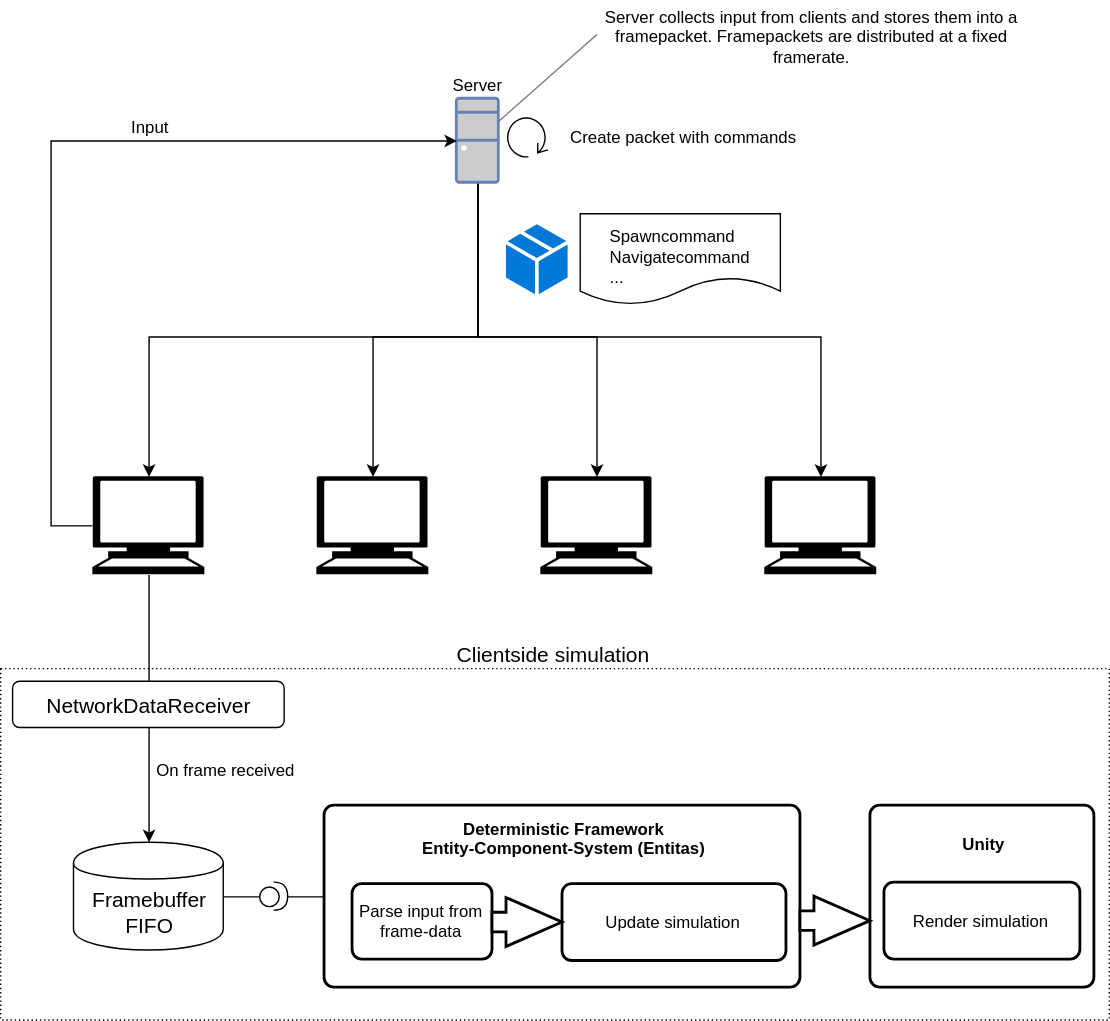
This is Docs/Overview.svg from proepkes/UnityLockstep, a draw.io export, as it was before one commit. Source tidied: cells renumbered, new cells last; positions are measured from the earlier drawing's top-left corner, leaving out a move shared by most shapes.
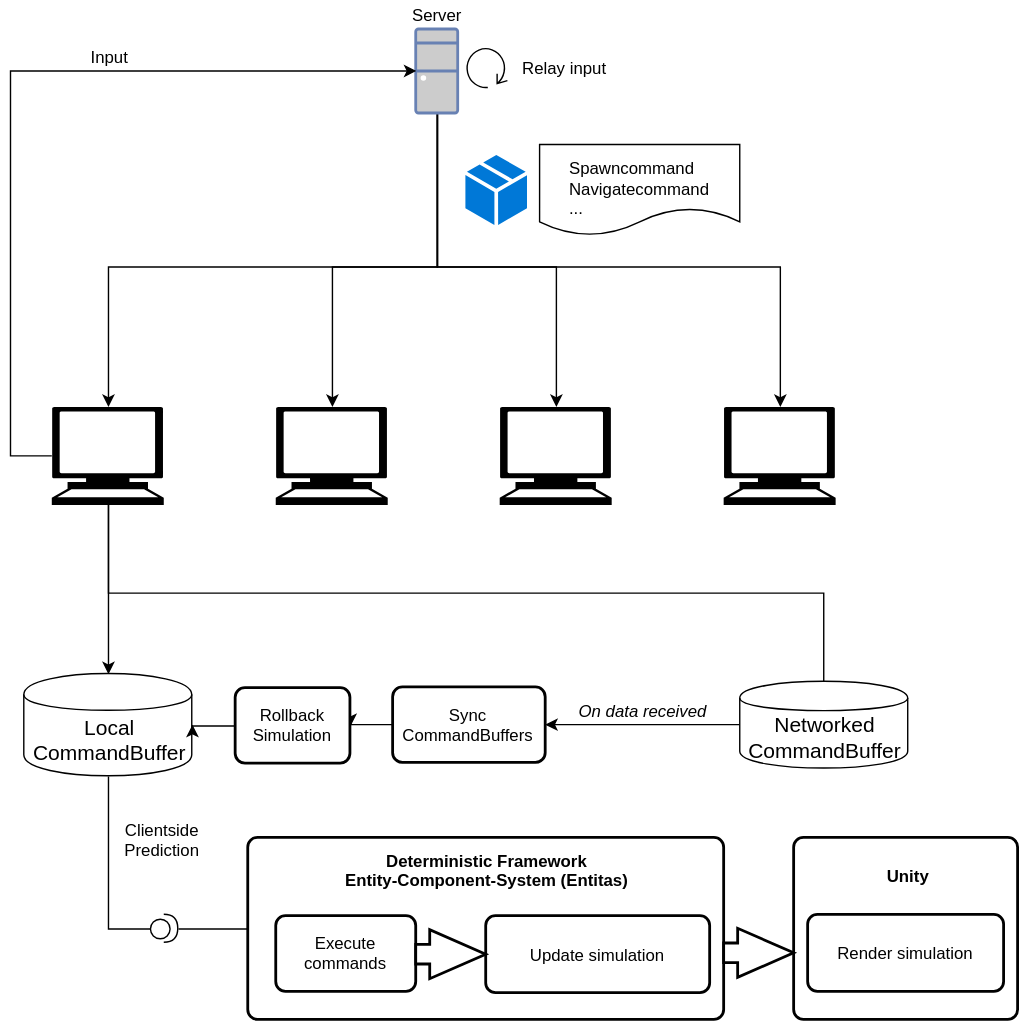
After the commit.

The edit, as a diff of the source:
```diff
@@ -2,9 +2,6 @@
   <root>
     <mxCell id="0" />
     <mxCell id="1" parent="0" />
-    <mxCell id="2" style="rounded=0;whiteSpace=wrap;html=1;dashed=1;dashPattern=1 2;strokeColor=#000000;fillColor=none;fontSize=15;" parent="1" vertex="1">
-      <mxGeometry y="476" width="792" height="251" as="geometry" />
-    </mxCell>
     <mxCell id="3" style="edgeStyle=orthogonalEdgeStyle;rounded=0;html=1;entryX=0.5;entryY=0;entryDx=0;entryDy=0;entryPerimeter=0;jettySize=auto;" parent="1" edge="1" source="7" target="10">
       <mxGeometry relative="1" as="geometry">
         <Array as="points">
@@ -48,9 +45,9 @@
         </Array>
       </mxGeometry>
     </mxCell>
-    <mxCell id="9" style="edgeStyle=orthogonalEdgeStyle;rounded=0;html=1;exitX=0.5;exitY=1;exitDx=0;exitDy=0;exitPerimeter=0;entryX=0.5;entryY=0;entryDx=0;entryDy=0;endArrow=none;endFill=0;jettySize=auto;fontSize=15;" parent="1" edge="1" source="10" target="36">
-      <mxGeometry relative="1" as="geometry" />
-    </mxCell>
+    <mxCell id="39" style="edgeStyle=orthogonalEdgeStyle;rounded=0;html=1;exitX=0.5;exitY=1;exitDx=0;exitDy=0;exitPerimeter=0;entryX=0.5;entryY=0;entryDx=0;entryDy=0;jettySize=auto;" parent="1" edge="1" source="10" target="44">
+      <mxGeometry relative="1" as="geometry" />
+    </mxCell>
     <mxCell id="10" style="shape=mxgraph.signs.tech.computer;html=1;fillColor=#000000;strokeColor=none;verticalLabelPosition=bottom;verticalAlign=top;align=center;" parent="1" vertex="1">
       <mxGeometry x="65.5" y="338.5" width="80" height="70" as="geometry" />
     </mxCell>
@@ -63,8 +60,8 @@
     <mxCell id="13" style="shape=mxgraph.signs.tech.computer;html=1;fillColor=#000000;strokeColor=none;verticalLabelPosition=bottom;verticalAlign=top;align=center;" parent="1" vertex="1">
       <mxGeometry x="545.5" y="338.5" width="80" height="70" as="geometry" />
     </mxCell>
-    <mxCell id="14" value="Create packet with commands" style="text;html=1;strokeColor=none;fillColor=none;align=center;verticalAlign=middle;whiteSpace=wrap;rounded=0;" parent="1" vertex="1">
-      <mxGeometry x="391" y="86" width="194" height="20" as="geometry" />
+    <mxCell id="14" value="Relay input" style="text;html=1;strokeColor=none;fillColor=none;align=center;verticalAlign=middle;whiteSpace=wrap;rounded=0;" parent="1" vertex="1">
+      <mxGeometry x="391" y="86" width="80" height="20" as="geometry" />
     </mxCell>
     <mxCell id="15" style="shape=mxgraph.bpmn.loop;html=1;flipH=1;" parent="1" vertex="1">
       <mxGeometry x="361" y="81" width="30" height="30" as="geometry" />
@@ -72,35 +69,32 @@
     <mxCell id="16" value="Server" style="text;html=1;strokeColor=none;fillColor=none;align=center;verticalAlign=middle;whiteSpace=wrap;rounded=0;" parent="1" vertex="1">
       <mxGeometry x="317.5" y="48.5" width="46" height="20" as="geometry" />
     </mxCell>
-    <mxCell id="17" value="On frame received" style="text;html=1;strokeColor=none;fillColor=none;align=center;verticalAlign=middle;whiteSpace=wrap;rounded=0;" parent="1" vertex="1">
-      <mxGeometry x="105.5" y="537.5" width="108" height="20" as="geometry" />
-    </mxCell>
     <mxCell id="18" style="rounded=1;whiteSpace=wrap;html=1;absoluteArcSize=1;arcSize=14;strokeWidth=2;" parent="1" vertex="1">
-      <mxGeometry x="231" y="573.5" width="340" height="130" as="geometry" />
+      <mxGeometry x="205.5" y="646" width="340" height="130" as="geometry" />
     </mxCell>
-    <mxCell id="19" value="Parse input from frame-data" style="rounded=1;whiteSpace=wrap;html=1;absoluteArcSize=1;arcSize=14;strokeWidth=2;" parent="1" vertex="1">
-      <mxGeometry x="251" y="629.5" width="100" height="54" as="geometry" />
+    <mxCell id="19" value="Execute commands" style="rounded=1;whiteSpace=wrap;html=1;absoluteArcSize=1;arcSize=14;strokeWidth=2;" parent="1" vertex="1">
+      <mxGeometry x="225.5" y="702" width="100" height="54" as="geometry" />
     </mxCell>
     <mxCell id="20" value="Update simulation" style="rounded=1;whiteSpace=wrap;html=1;absoluteArcSize=1;arcSize=14;strokeWidth=2;" parent="1" vertex="1">
-      <mxGeometry x="401" y="629.5" width="160" height="55" as="geometry" />
+      <mxGeometry x="375.5" y="702" width="160" height="55" as="geometry" />
     </mxCell>
     <mxCell id="21" style="verticalLabelPosition=bottom;verticalAlign=top;html=1;strokeWidth=2;shape=mxgraph.arrows2.arrow;dy=0.6;dx=40;notch=0;" parent="1" vertex="1">
-      <mxGeometry x="351" y="639.5" width="50" height="35" as="geometry" />
+      <mxGeometry x="325.5" y="712" width="50" height="35" as="geometry" />
     </mxCell>
     <mxCell id="22" value="&lt;b&gt;Deterministic Framework&lt;br&gt;Entity-Component-System (Entitas)&lt;/b&gt;" style="text;html=1;strokeColor=none;fillColor=none;align=center;verticalAlign=middle;whiteSpace=wrap;rounded=0;" parent="1" vertex="1">
-      <mxGeometry x="231.5" y="582" width="341" height="29" as="geometry" />
+      <mxGeometry x="206" y="654.5" width="341" height="29" as="geometry" />
     </mxCell>
     <mxCell id="23" style="rounded=1;whiteSpace=wrap;html=1;absoluteArcSize=1;arcSize=14;strokeWidth=2;" parent="1" vertex="1">
-      <mxGeometry x="621" y="573.5" width="160" height="130" as="geometry" />
+      <mxGeometry x="595.5" y="646" width="160" height="130" as="geometry" />
     </mxCell>
     <mxCell id="24" value="&lt;b&gt;Unity&lt;/b&gt;&lt;br&gt;" style="text;html=1;strokeColor=none;fillColor=none;align=center;verticalAlign=middle;whiteSpace=wrap;rounded=0;" parent="1" vertex="1">
-      <mxGeometry x="623" y="591" width="158" height="20" as="geometry" />
+      <mxGeometry x="597.5" y="663.5" width="158" height="20" as="geometry" />
     </mxCell>
     <mxCell id="25" style="verticalLabelPosition=bottom;verticalAlign=top;html=1;strokeWidth=2;shape=mxgraph.arrows2.arrow;dy=0.6;dx=40;notch=0;" parent="1" vertex="1">
-      <mxGeometry x="571" y="638.5" width="50" height="35" as="geometry" />
+      <mxGeometry x="545.5" y="711" width="50" height="35" as="geometry" />
     </mxCell>
     <mxCell id="26" value="Render simulation" style="rounded=1;whiteSpace=wrap;html=1;absoluteArcSize=1;arcSize=14;strokeWidth=2;" parent="1" vertex="1">
-      <mxGeometry x="631" y="628.5" width="140" height="55" as="geometry" />
+      <mxGeometry x="605.5" y="701" width="140" height="55" as="geometry" />
     </mxCell>
     <mxCell id="27" value="&lt;div style=&quot;text-align: left&quot;&gt;&lt;span&gt;&lt;br&gt;&lt;/span&gt;&lt;/div&gt;&lt;div style=&quot;text-align: left&quot;&gt;&lt;span&gt;Spawncommand&lt;/span&gt;&lt;/div&gt;&lt;div style=&quot;text-align: left&quot;&gt;Navigatecommand&lt;/div&gt;&lt;div style=&quot;text-align: left&quot;&gt;...&lt;/div&gt;" style="shape=document;whiteSpace=wrap;html=1;boundedLbl=1;" parent="1" vertex="1">
       <mxGeometry x="414" y="151" width="143" height="65" as="geometry" />
@@ -108,37 +102,47 @@
     <mxCell id="28" value="Input" style="text;html=1;strokeColor=none;fillColor=none;align=center;verticalAlign=middle;whiteSpace=wrap;rounded=0;" parent="1" vertex="1">
       <mxGeometry x="85.5" y="78.5" width="40" height="20" as="geometry" />
     </mxCell>
-    <mxCell id="29" style="endArrow=none;html=1;strokeColor=#7A7A7A;" parent="1" edge="1" source="7">
-      <mxGeometry relative="1" as="geometry">
-        <mxPoint x="426" y="23" as="targetPoint" />
-      </mxGeometry>
-    </mxCell>
-    <mxCell id="30" value="Server collects input from clients and stores them into a framepacket. Framepackets are distributed at a fixed framerate." style="text;html=1;strokeColor=none;fillColor=none;align=center;verticalAlign=middle;whiteSpace=wrap;rounded=0;" parent="1" vertex="1">
-      <mxGeometry x="431" y="-0.5" width="297" height="49" as="geometry" />
-    </mxCell>
     <mxCell id="31" style="shadow=0;dashed=0;html=1;strokeColor=none;labelPosition=center;verticalLabelPosition=bottom;verticalAlign=top;align=center;shape=mxgraph.mscae.cloud.service_package;fillColor=#0078D7;" parent="1" vertex="1">
       <mxGeometry x="361" y="158.5" width="44" height="50" as="geometry" />
     </mxCell>
-    <mxCell id="32" style="edgeStyle=orthogonalEdgeStyle;rounded=0;html=1;exitX=1;exitY=0.5;exitDx=0;exitDy=0;exitPerimeter=0;entryX=0;entryY=0.5;entryDx=0;entryDy=0;endArrow=none;endFill=0;jettySize=auto;fontSize=15;" parent="1" edge="1" source="34" target="18">
+    <mxCell id="32" style="edgeStyle=orthogonalEdgeStyle;rounded=0;html=1;exitX=1;exitY=0.5;exitDx=0;exitDy=0;exitPerimeter=0;entryX=0;entryY=0.5;entryDx=0;entryDy=0;jettySize=auto;endArrow=none;endFill=0;" parent="1" edge="1" source="34" target="18">
       <mxGeometry relative="1" as="geometry" />
     </mxCell>
-    <mxCell id="33" style="edgeStyle=orthogonalEdgeStyle;rounded=0;html=1;exitX=0;exitY=0.5;exitDx=0;exitDy=0;exitPerimeter=0;entryX=1;entryY=0.5;entryDx=0;entryDy=0;endArrow=none;endFill=0;jettySize=auto;fontSize=15;" parent="1" edge="1" source="34" target="37">
-      <mxGeometry relative="1" as="geometry" />
-    </mxCell>
     <mxCell id="34" style="shape=providedRequiredInterface;html=1;verticalLabelPosition=bottom;" parent="1" vertex="1">
-      <mxGeometry x="185" y="628.5" width="20" height="20" as="geometry" />
+      <mxGeometry x="135.5" y="701" width="20" height="20" as="geometry" />
     </mxCell>
-    <mxCell id="35" style="edgeStyle=orthogonalEdgeStyle;rounded=0;html=1;exitX=0.5;exitY=1;exitDx=0;exitDy=0;entryX=0.5;entryY=0;entryDx=0;entryDy=0;startArrow=none;startFill=0;endArrow=classic;endFill=1;jettySize=auto;fontSize=15;" parent="1" edge="1" source="36" target="37">
-      <mxGeometry relative="1" as="geometry" />
-    </mxCell>
-    <mxCell id="36" value="NetworkDataReceiver" style="rounded=1;whiteSpace=wrap;html=1;strokeColor=#000000;fillColor=#ffffff;fontSize=15;" parent="1" vertex="1">
-      <mxGeometry x="8.5" y="485" width="194" height="33" as="geometry" />
-    </mxCell>
-    <mxCell id="37" value="Framebuffer&lt;br&gt;FIFO&lt;br&gt;" style="shape=cylinder;whiteSpace=wrap;html=1;boundedLbl=1;backgroundOutline=1;strokeColor=#000000;fillColor=#ffffff;fontSize=15;" parent="1" vertex="1">
-      <mxGeometry x="52" y="600" width="107" height="77" as="geometry" />
-    </mxCell>
-    <mxCell id="38" value="Clientside simulation" style="text;html=1;strokeColor=none;fillColor=none;align=center;verticalAlign=middle;whiteSpace=wrap;rounded=0;dashed=1;dashPattern=1 2;fontSize=15;" parent="1" vertex="1">
-      <mxGeometry x="298.5" y="456" width="192" height="20" as="geometry" />
-    </mxCell>
+    <mxCell id="40" style="edgeStyle=orthogonalEdgeStyle;rounded=0;html=1;exitX=0.5;exitY=0;exitDx=0;exitDy=0;entryX=0.5;entryY=1;entryDx=0;entryDy=0;entryPerimeter=0;endArrow=none;endFill=0;jettySize=auto;" parent="1" edge="1" source="42" target="10">
+      <mxGeometry relative="1" as="geometry" />
+    </mxCell>
+    <mxCell id="41" style="edgeStyle=orthogonalEdgeStyle;rounded=0;html=1;exitX=0;exitY=0.5;exitDx=0;exitDy=0;entryX=1;entryY=0.5;entryDx=0;entryDy=0;endArrow=classic;endFill=1;jettySize=auto;" parent="1" edge="1" source="42" target="47">
+      <mxGeometry relative="1" as="geometry" />
+    </mxCell>
+    <mxCell id="42" value="Networked&lt;br&gt;CommandBuffer&lt;br&gt;" style="shape=cylinder;whiteSpace=wrap;html=1;boundedLbl=1;backgroundOutline=1;strokeColor=#000000;fillColor=#ffffff;fontSize=15;" parent="1" vertex="1">
+      <mxGeometry x="557" y="534.5" width="120" height="62" as="geometry" />
+    </mxCell>
+    <mxCell id="43" style="edgeStyle=orthogonalEdgeStyle;rounded=0;html=1;exitX=0.5;exitY=1;exitDx=0;exitDy=0;entryX=0;entryY=0.5;entryDx=0;entryDy=0;entryPerimeter=0;endArrow=none;endFill=0;jettySize=auto;" parent="1" edge="1" source="44" target="34">
+      <mxGeometry relative="1" as="geometry" />
+    </mxCell>
+    <mxCell id="44" value="Local&lt;br&gt;CommandBuffer&lt;br&gt;" style="shape=cylinder;whiteSpace=wrap;html=1;boundedLbl=1;backgroundOutline=1;strokeColor=#000000;fillColor=#ffffff;fontSize=15;" parent="1" vertex="1">
+      <mxGeometry x="45.5" y="529" width="120" height="73" as="geometry" />
+    </mxCell>
+    <mxCell id="45" value="On data received" style="text;html=1;strokeColor=none;fillColor=none;align=center;verticalAlign=middle;whiteSpace=wrap;rounded=0;fontStyle=2;" parent="1" vertex="1">
+      <mxGeometry x="434.5" y="545.5" width="106" height="20" as="geometry" />
+    </mxCell>
+    <mxCell id="46" style="edgeStyle=orthogonalEdgeStyle;rounded=0;html=1;exitX=0;exitY=0.5;exitDx=0;exitDy=0;entryX=1;entryY=0.5;entryDx=0;entryDy=0;endArrow=classic;endFill=1;jettySize=auto;" parent="1" edge="1" source="47" target="49">
+      <mxGeometry relative="1" as="geometry" />
+    </mxCell>
+    <mxCell id="47" value="Sync&lt;br&gt;CommandBuffers&lt;br&gt;" style="rounded=1;whiteSpace=wrap;html=1;absoluteArcSize=1;arcSize=14;strokeWidth=2;" parent="1" vertex="1">
+      <mxGeometry x="309" y="538.5" width="109" height="54" as="geometry" />
+    </mxCell>
+    <mxCell id="48" style="edgeStyle=orthogonalEdgeStyle;rounded=0;html=1;exitX=0;exitY=0.5;exitDx=0;exitDy=0;entryX=1;entryY=0.5;entryDx=0;entryDy=0;endArrow=classic;endFill=1;jettySize=auto;" parent="1" edge="1" source="49" target="44">
+      <mxGeometry relative="1" as="geometry" />
+    </mxCell>
+    <mxCell id="49" value="Rollback&lt;br&gt;Simulation&lt;br&gt;" style="rounded=1;whiteSpace=wrap;html=1;absoluteArcSize=1;arcSize=14;strokeWidth=2;" parent="1" vertex="1">
+      <mxGeometry x="196.5" y="539" width="82" height="54" as="geometry" />
+    </mxCell>
+    <mxCell id="50" value="Clientside Prediction" style="text;html=1;strokeColor=none;fillColor=none;align=center;verticalAlign=middle;whiteSpace=wrap;rounded=0;" parent="1" vertex="1">
+      <mxGeometry x="106" y="629" width="77" height="37" as="geometry" />
+    </mxCell>
   </root>
 </mxGraphModel>
```
